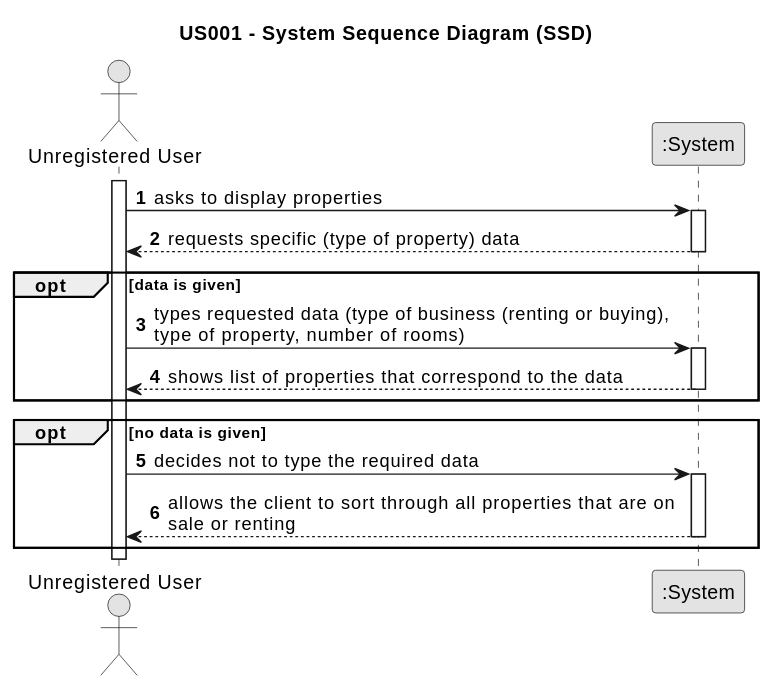
The PlantUML diagram docs/sprintA/us001/01.requirements-engineering/svg/us001-system-sequence-diagram.svg in 1220812/LAPR2, before a commit.
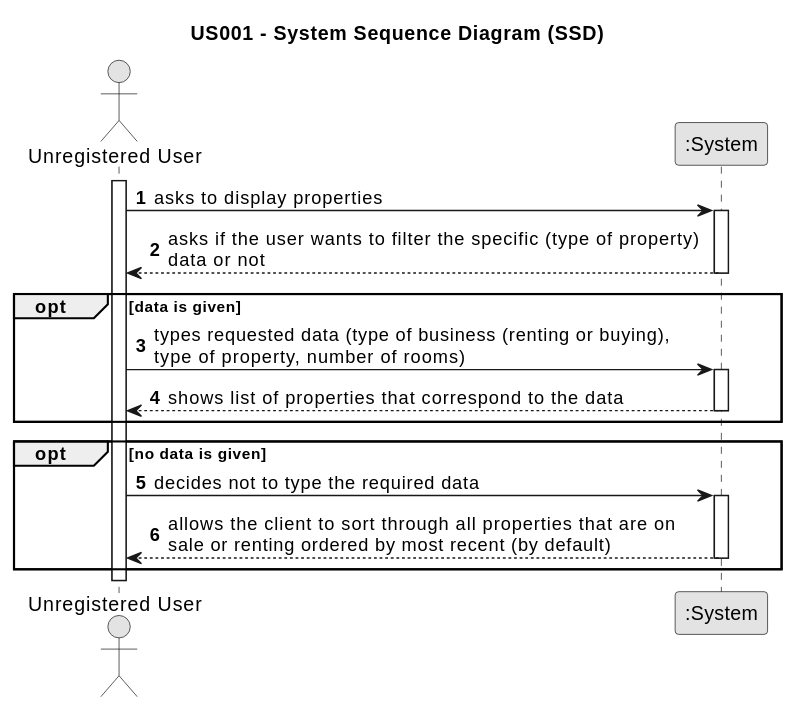
After the change.

Commit message:
corrected mistakes on us001 svg file

The edit, as a diff of the source:
```diff
@@ -15,8 +15,9 @@
     Customer -> System : asks to display properties
     activate System
 
-        System --> Customer : requests specific (type of property) data
+        System --> Customer : asks if the user wants to filter the specific (type of property) \ndata or not
     deactivate System
+
 opt data is given
     Customer -> System : types requested data (type of business (renting or buying), \ntype of property, number of rooms)
     activate System
@@ -29,7 +30,7 @@
     Customer -> System : decides not to type the required data
         activate System
 
-            System --> Customer : allows the client to sort through all properties that are on \nsale or renting
+            System --> Customer : allows the client to sort through all properties that are on \nsale or renting ordered by most recent (by default)
         deactivate System
 end
 @enduml
```
